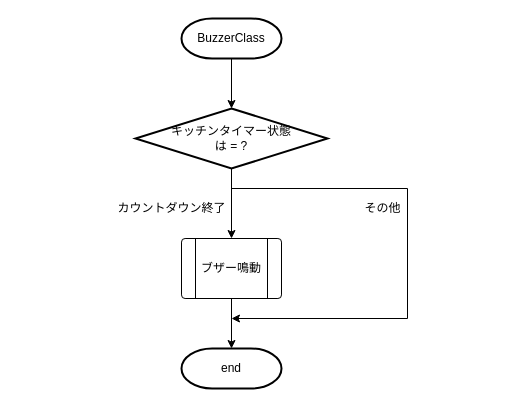
The draw.io diagram page "BuzzerClass" (1 of 2) of 資料/設計/フローチャート/BuzzerClass/flowchart_Buzzer_v0.1.drawio in hakohumi/comp.Kitchen_Timer, before the edit. Source tidied: cells renumbered, new cells numbered last; positions are measured from the earlier drawing's top-left corner, leaving out a move shared by most shapes. Both pictures are drawn from the tidied source at 100%, with x=0, y=0 at pixel (111, 18).
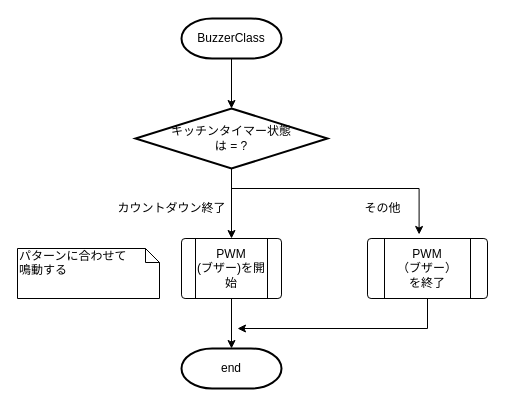
The same diagram, later.

The edit, as a diff of the source:
```diff
@@
 <mxGraphModel>
   <root>
     <mxCell id="0" />
     <mxCell id="1" parent="0" />
     <mxCell id="2" style="edgeStyle=orthogonalEdgeStyle;rounded=0;jettySize=auto;html=1;" parent="1" edge="1" source="3" target="6">
       <mxGeometry relative="1" as="geometry" />
     </mxCell>
     <mxCell id="3" value="BuzzerClass" style="strokeWidth=2;html=1;shape=mxgraph.flowchart.terminator;whiteSpace=wrap;" parent="1" vertex="1">
       <mxGeometry x="70" width="100" height="40" as="geometry" />
     </mxCell>
     <mxCell id="4" style="edgeStyle=orthogonalEdgeStyle;rounded=0;jettySize=auto;html=1;entryX=0.5;entryY=0;entryDx=0;entryDy=0;" parent="1" edge="1" source="6" target="9">
       <mxGeometry relative="1" as="geometry" />
     </mxCell>
-    <mxCell id="5" style="edgeStyle=orthogonalEdgeStyle;rounded=0;jettySize=auto;html=1;" parent="1" edge="1" source="6">
+    <mxCell id="5" style="edgeStyle=orthogonalEdgeStyle;rounded=0;jettySize=auto;html=1;entryX=0.43;entryY=-0.067;entryDx=0;entryDy=0;entryPerimeter=0;" parent="1" edge="1" source="6" target="13">
       <mxGeometry relative="1" as="geometry">
-        <mxPoint x="120" y="300" as="targetPoint" />
         <Array as="points">
           <mxPoint x="120" y="170" />
-          <mxPoint x="296" y="170" />
-          <mxPoint x="296" y="300" />
+          <mxPoint x="308" y="170" />
+          <mxPoint x="308" y="216" />
         </Array>
       </mxGeometry>
     </mxCell>
     <mxCell id="6" value="キッチンタイマー状態&lt;br&gt;は = ?" style="strokeWidth=2;html=1;shape=mxgraph.flowchart.decision;whiteSpace=wrap;" parent="1" vertex="1">
       <mxGeometry x="24" y="90" width="192" height="60" as="geometry" />
     </mxCell>
     <mxCell id="7" value="カウントダウン終了" style="text;html=1;align=center;verticalAlign=middle;" parent="1" vertex="1">
       <mxGeometry y="180" width="120" height="20" as="geometry" />
     </mxCell>
     <mxCell id="8" style="edgeStyle=orthogonalEdgeStyle;rounded=0;jettySize=auto;html=1;" parent="1" edge="1" source="9" target="10">
       <mxGeometry relative="1" as="geometry" />
     </mxCell>
-    <mxCell id="9" value="ブザー鳴動" style="verticalLabelPosition=middle;verticalAlign=middle;html=1;shape=process;whiteSpace=wrap;rounded=1;size=0.14;arcSize=6;labelPosition=center;align=center;" parent="1" vertex="1">
+    <mxCell id="9" value="&lt;span&gt;PWM&lt;br&gt;(ブザー)を開始&lt;/span&gt;" style="verticalLabelPosition=middle;verticalAlign=middle;html=1;shape=process;whiteSpace=wrap;rounded=1;size=0.14;arcSize=6;labelPosition=center;align=center;" parent="1" vertex="1">
       <mxGeometry x="70" y="220" width="100" height="60" as="geometry" />
     </mxCell>
     <mxCell id="10" value="end" style="strokeWidth=2;html=1;shape=mxgraph.flowchart.terminator;whiteSpace=wrap;" parent="1" vertex="1">
       <mxGeometry x="70" y="330" width="100" height="40" as="geometry" />
     </mxCell>
     <mxCell id="11" value="その他" style="text;html=1;align=center;verticalAlign=middle;" parent="1" vertex="1">
       <mxGeometry x="246" y="180" width="50" height="20" as="geometry" />
     </mxCell>
+    <mxCell id="12" style="edgeStyle=orthogonalEdgeStyle;rounded=0;jettySize=auto;html=1;" parent="1" edge="1" source="13">
+      <mxGeometry relative="1" as="geometry">
+        <mxPoint x="126" y="310" as="targetPoint" />
+        <Array as="points">
+          <mxPoint x="316" y="310" />
+        </Array>
+      </mxGeometry>
+    </mxCell>
+    <mxCell id="13" value="PWM&lt;br&gt;（ブザー）&lt;br&gt;を終了" style="verticalLabelPosition=middle;verticalAlign=middle;html=1;shape=process;whiteSpace=wrap;rounded=1;size=0.14;arcSize=6;labelPosition=center;align=center;" parent="1" vertex="1">
+      <mxGeometry x="256" y="220" width="120" height="60" as="geometry" />
+    </mxCell>
+    <mxCell id="14" value="パターンに合わせて&lt;br&gt;鳴動する" style="shape=note;whiteSpace=wrap;html=1;size=14;verticalAlign=top;align=left;spacingTop=-6;" parent="1" vertex="1">
+      <mxGeometry x="-94" y="230" width="142" height="50" as="geometry" />
+    </mxCell>
   </root>
 </mxGraphModel>
```
